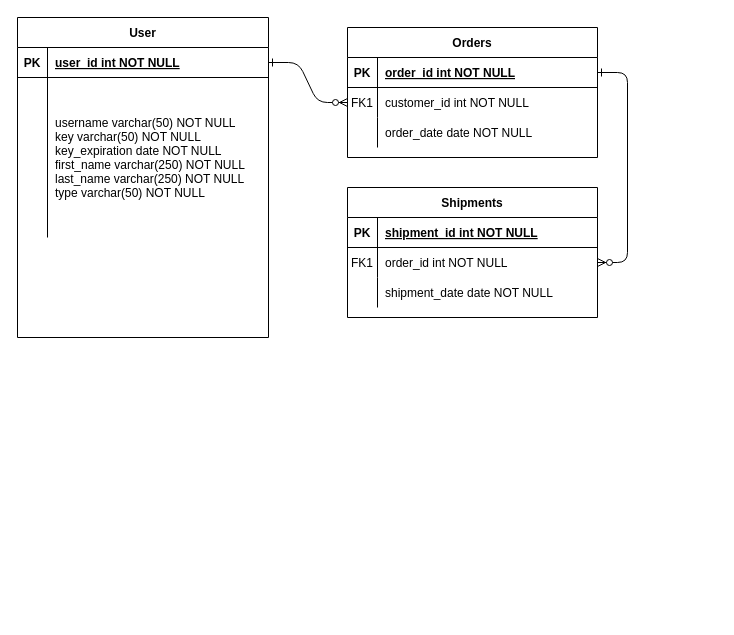
Before: rental-a-place-database.drawio in VijayVaidnath/rental-app, a draw.io diagram. Source tidied: cells renumbered, new cells numbered last; positions are measured from the earlier drawing's top-left corner, leaving out a move shared by most shapes. Both pictures are drawn from the tidied source at 100%, with x=0, y=0 at pixel (17, 17).
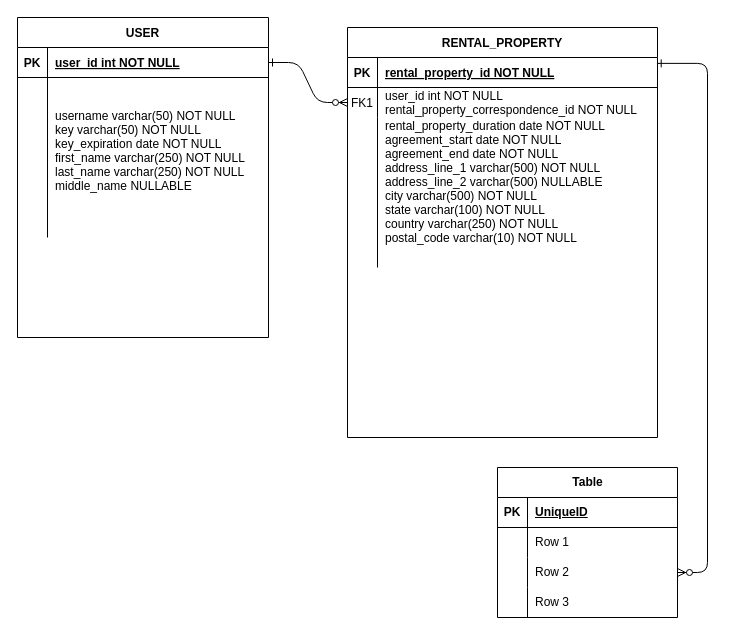
Above is the later version.

Unchanged cells that the change refers to:
```xml
<mxCell id="28" style="shape=partialRectangle;fillColor=none;top=0;left=0;right=0;bottom=0;" parent="24" vertex="1">
  <mxGeometry y="60" width="251" height="160" as="geometry" />
</mxCell>
```

The edit, as a diff of the source:
```diff
@@
-    <mxCell id="3" style="edgeStyle=entityRelationEdgeStyle;endArrow=ERzeroToMany;startArrow=ERone;endFill=1;startFill=0;" parent="1" edge="1" source="5" target="18">
-      <mxGeometry relative="1" as="geometry" />
-    </mxCell>
-    <mxCell id="4" value="Orders" style="shape=table;startSize=30;childLayout=tableLayout;rowLines=0;fontStyle=1;align=center;" parent="1" vertex="1">
-      <mxGeometry x="330" y="10" width="250" height="130" as="geometry" />
+    <mxCell id="4" value="RENTAL_PROPERTY" style="shape=table;startSize=30;childLayout=tableLayout;rowLines=0;fontStyle=1;align=center;" parent="1" vertex="1">
+      <mxGeometry x="330" y="10" width="310" height="410" as="geometry" />
     </mxCell>
     <mxCell id="5" style="shape=partialRectangle;fillColor=none;points=[[0,0.5],[1,0.5]];portConstraint=eastwest;top=0;left=0;right=0;bottom=1;" parent="4" vertex="1">
-      <mxGeometry y="30" width="250" height="30" as="geometry" />
+      <mxGeometry y="30" width="310" height="30" as="geometry" />
     </mxCell>
@@
-    <mxCell id="7" value="order_id int NOT NULL " style="shape=partialRectangle;overflow=hidden;fillColor=none;top=0;left=0;bottom=0;right=0;align=left;spacingLeft=6;fontStyle=5;" parent="5" vertex="1">
-      <mxGeometry x="30" width="220" height="30" as="geometry" />
+    <mxCell id="7" value="rental_property_id NOT NULL " style="shape=partialRectangle;overflow=hidden;fillColor=none;top=0;left=0;bottom=0;right=0;align=left;spacingLeft=6;fontStyle=5;" parent="5" vertex="1">
+      <mxGeometry x="30" width="280" height="30" as="geometry" />
     </mxCell>
     <mxCell id="8" style="shape=partialRectangle;fillColor=none;points=[[0,0.5],[1,0.5]];portConstraint=eastwest;top=0;left=0;right=0;bottom=0;" parent="4" vertex="1">
-      <mxGeometry y="60" width="250" height="30" as="geometry" />
+      <mxGeometry y="60" width="310" height="30" as="geometry" />
     </mxCell>
@@
-    <mxCell id="10" value="customer_id int NOT NULL" style="shape=partialRectangle;overflow=hidden;fillColor=none;top=0;left=0;bottom=0;right=0;align=left;spacingLeft=6;" parent="8" vertex="1">
-      <mxGeometry x="30" width="220" height="30" as="geometry" />
+    <mxCell id="10" value="user_id int NOT NULL&#10;rental_property_correspondence_id NOT NULL" style="shape=partialRectangle;overflow=hidden;fillColor=none;top=0;left=0;bottom=0;right=0;align=left;spacingLeft=6;" parent="8" vertex="1">
+      <mxGeometry x="30" width="280" height="30" as="geometry" />
     </mxCell>
     <mxCell id="11" style="shape=partialRectangle;fillColor=none;top=0;left=0;right=0;bottom=0;" parent="4" vertex="1">
-      <mxGeometry y="90" width="250" height="30" as="geometry" />
+      <mxGeometry y="90" width="310" height="150" as="geometry" />
     </mxCell>
     <mxCell id="12" style="shape=partialRectangle;overflow=hidden;fillColor=none;top=0;left=0;bottom=0;right=0;" parent="11" vertex="1">
-      <mxGeometry width="30" height="30" as="geometry" />
+      <mxGeometry width="30" height="150" as="geometry" />
     </mxCell>
-    <mxCell id="13" value="order_date date NOT NULL" style="shape=partialRectangle;overflow=hidden;fillColor=none;top=0;left=0;bottom=0;right=0;align=left;spacingLeft=6;" parent="11" vertex="1">
-      <mxGeometry x="30" width="220" height="30" as="geometry" />
+    <mxCell id="13" value="rental_property_duration date NOT NULL&#10;agreement_start date NOT NULL&#10;agreement_end date NOT NULL&#10;address_line_1 varchar(500) NOT NULL&#10;address_line_2 varchar(500) NULLABLE&#10;city varchar(500) NOT NULL&#10;state varchar(100) NOT NULL&#10;country varchar(250) NOT NULL&#10;postal_code varchar(10) NOT NULL&#10;&#10;&#10;" style="shape=partialRectangle;overflow=hidden;fillColor=none;top=0;left=0;bottom=0;right=0;align=left;spacingLeft=6;" parent="11" vertex="1">
+      <mxGeometry x="30" width="280" height="150" as="geometry" />
     </mxCell>
-    <mxCell id="14" value="Shipments" style="shape=table;startSize=30;childLayout=tableLayout;rowLines=0;fontStyle=1;align=center;" parent="1" vertex="1">
-      <mxGeometry x="330" y="170" width="250" height="130" as="geometry" />
-    </mxCell>
-    <mxCell id="15" style="shape=partialRectangle;fillColor=none;top=0;left=0;right=0;bottom=1;" parent="14" vertex="1">
-      <mxGeometry y="30" width="250" height="30" as="geometry" />
-    </mxCell>
-    <mxCell id="16" value="PK" style="shape=partialRectangle;overflow=hidden;fillColor=none;top=0;left=0;bottom=0;right=0;fontStyle=1;" parent="15" vertex="1">
-      <mxGeometry width="30" height="30" as="geometry" />
-    </mxCell>
-    <mxCell id="17" value="shipment_id int NOT NULL " style="shape=partialRectangle;overflow=hidden;fillColor=none;top=0;left=0;bottom=0;right=0;align=left;spacingLeft=6;fontStyle=5;" parent="15" vertex="1">
-      <mxGeometry x="30" width="220" height="30" as="geometry" />
-    </mxCell>
-    <mxCell id="18" style="shape=partialRectangle;fillColor=none;points=[[0,0.5],[1,0.5]];portConstraint=eastwest;top=0;left=0;right=0;bottom=0;" parent="14" vertex="1">
-      <mxGeometry y="60" width="250" height="30" as="geometry" />
-    </mxCell>
-    <mxCell id="19" value="FK1" style="shape=partialRectangle;overflow=hidden;fillColor=none;top=0;left=0;bottom=0;right=0;" parent="18" vertex="1">
-      <mxGeometry width="30" height="30" as="geometry" />
-    </mxCell>
-    <mxCell id="20" value="order_id int NOT NULL" style="shape=partialRectangle;overflow=hidden;fillColor=none;top=0;left=0;bottom=0;right=0;align=left;spacingLeft=6;" parent="18" vertex="1">
-      <mxGeometry x="30" width="220" height="30" as="geometry" />
-    </mxCell>
-    <mxCell id="21" style="shape=partialRectangle;fillColor=none;top=0;left=0;right=0;bottom=0;" parent="14" vertex="1">
-      <mxGeometry y="90" width="250" height="30" as="geometry" />
-    </mxCell>
-    <mxCell id="22" style="shape=partialRectangle;overflow=hidden;fillColor=none;top=0;left=0;bottom=0;right=0;" parent="21" vertex="1">
-      <mxGeometry width="30" height="30" as="geometry" />
-    </mxCell>
-    <mxCell id="23" value="shipment_date date NOT NULL" style="shape=partialRectangle;overflow=hidden;fillColor=none;top=0;left=0;bottom=0;right=0;align=left;spacingLeft=6;" parent="21" vertex="1">
-      <mxGeometry x="30" width="220" height="30" as="geometry" />
-    </mxCell>
-    <mxCell id="24" value="User" style="shape=table;startSize=30;childLayout=tableLayout;rowLines=0;fontStyle=1;align=center;" parent="1" vertex="1">
+    <mxCell id="24" value="USER" style="shape=table;startSize=30;childLayout=tableLayout;rowLines=0;fontStyle=1;align=center;" parent="1" vertex="1">
       <mxGeometry width="251" height="320" as="geometry" />
     </mxCell>
@@
-    <mxCell id="30" value="username varchar(50) NOT NULL&#10;key varchar(50) NOT NULL&#10;key_expiration date NOT NULL&#10;first_name varchar(250) NOT NULL&#10;last_name varchar(250) NOT NULL&#10;type varchar(50) NOT NULL" style="shape=partialRectangle;overflow=hidden;fillColor=none;top=0;left=0;bottom=0;right=0;align=left;spacingLeft=6;" parent="28" vertex="1">
+    <mxCell id="30" value="username varchar(50) NOT NULL&#10;key varchar(50) NOT NULL&#10;key_expiration date NOT NULL&#10;first_name varchar(250) NOT NULL&#10;last_name varchar(250) NOT NULL&#10;middle_name NULLABLE&#10;" style="shape=partialRectangle;overflow=hidden;fillColor=none;top=0;left=0;bottom=0;right=0;align=left;spacingLeft=6;" parent="28" vertex="1">
       <mxGeometry x="30" width="221" height="160" as="geometry" />
     </mxCell>
+    <mxCell id="31" value="Table" style="shape=table;startSize=30;childLayout=tableLayout;rowLines=0;fontStyle=1;align=center;html=1;" parent="1" vertex="1">
+      <mxGeometry x="480" y="450" width="180" height="150" as="geometry" />
+    </mxCell>
+    <mxCell id="32" style="shape=tableRow;horizontal=0;startSize=0;swimlaneHead=0;swimlaneBody=0;fillColor=none;top=0;left=0;right=0;bottom=1;" parent="31" vertex="1">
+      <mxGeometry y="30" width="180" height="30" as="geometry" />
+    </mxCell>
+    <mxCell id="16" value="PK" style="shape=partialRectangle;fillColor=none;top=0;left=0;bottom=0;right=0;fontStyle=1;overflow=hidden;whiteSpace=wrap;html=1;" parent="32" vertex="1">
+      <mxGeometry width="30" height="30" as="geometry" />
+    </mxCell>
+    <mxCell id="33" value="UniqueID" style="shape=partialRectangle;fillColor=none;top=0;left=0;bottom=0;right=0;align=left;spacingLeft=6;fontStyle=5;overflow=hidden;whiteSpace=wrap;html=1;" parent="32" vertex="1">
+      <mxGeometry x="30" width="150" height="30" as="geometry" />
+    </mxCell>
+    <mxCell id="34" style="shape=tableRow;horizontal=0;startSize=0;swimlaneHead=0;swimlaneBody=0;fillColor=none;top=0;left=0;right=0;bottom=0;" parent="31" vertex="1">
+      <mxGeometry y="60" width="180" height="30" as="geometry" />
+    </mxCell>
+    <mxCell id="35" style="shape=partialRectangle;fillColor=none;top=0;left=0;bottom=0;right=0;overflow=hidden;whiteSpace=wrap;html=1;" parent="34" vertex="1">
+      <mxGeometry width="30" height="30" as="geometry" />
+    </mxCell>
+    <mxCell id="36" value="Row 1" style="shape=partialRectangle;fillColor=none;top=0;left=0;bottom=0;right=0;align=left;spacingLeft=6;overflow=hidden;whiteSpace=wrap;html=1;" parent="34" vertex="1">
+      <mxGeometry x="30" width="150" height="30" as="geometry" />
+    </mxCell>
+    <mxCell id="37" style="shape=tableRow;horizontal=0;startSize=0;swimlaneHead=0;swimlaneBody=0;fillColor=none;points=[[0,0.5],[1,0.5]];portConstraint=eastwest;top=0;left=0;right=0;bottom=0;" parent="31" vertex="1">
+      <mxGeometry y="90" width="180" height="30" as="geometry" />
+    </mxCell>
+    <mxCell id="38" style="shape=partialRectangle;fillColor=none;top=0;left=0;bottom=0;right=0;overflow=hidden;whiteSpace=wrap;html=1;" parent="37" vertex="1">
+      <mxGeometry width="30" height="30" as="geometry" />
+    </mxCell>
+    <mxCell id="39" value="Row 2" style="shape=partialRectangle;fillColor=none;top=0;left=0;bottom=0;right=0;align=left;spacingLeft=6;overflow=hidden;whiteSpace=wrap;html=1;" parent="37" vertex="1">
+      <mxGeometry x="30" width="150" height="30" as="geometry" />
+    </mxCell>
+    <mxCell id="40" style="shape=tableRow;horizontal=0;startSize=0;swimlaneHead=0;swimlaneBody=0;fillColor=none;top=0;left=0;right=0;bottom=0;" parent="31" vertex="1">
+      <mxGeometry y="120" width="180" height="30" as="geometry" />
+    </mxCell>
+    <mxCell id="41" style="shape=partialRectangle;fillColor=none;top=0;left=0;bottom=0;right=0;overflow=hidden;whiteSpace=wrap;html=1;" parent="40" vertex="1">
+      <mxGeometry width="30" height="30" as="geometry" />
+    </mxCell>
+    <mxCell id="42" value="Row 3" style="shape=partialRectangle;fillColor=none;top=0;left=0;bottom=0;right=0;align=left;spacingLeft=6;overflow=hidden;whiteSpace=wrap;html=1;" parent="40" vertex="1">
+      <mxGeometry x="30" width="150" height="30" as="geometry" />
+    </mxCell>
+    <mxCell id="43" style="edgeStyle=entityRelationEdgeStyle;endArrow=ERzeroToMany;startArrow=ERone;endFill=1;startFill=0;exitX=0.999;exitY=0.196;exitDx=0;exitDy=0;exitPerimeter=0;" parent="1" edge="1" source="5" target="37">
+      <mxGeometry relative="1" as="geometry">
+        <Array as="points">
+          <mxPoint x="490" y="420" />
+          <mxPoint x="690" y="330" />
+          <mxPoint x="410" y="380" />
+          <mxPoint x="470" y="430" />
+        </Array>
+      </mxGeometry>
+    </mxCell>
```
